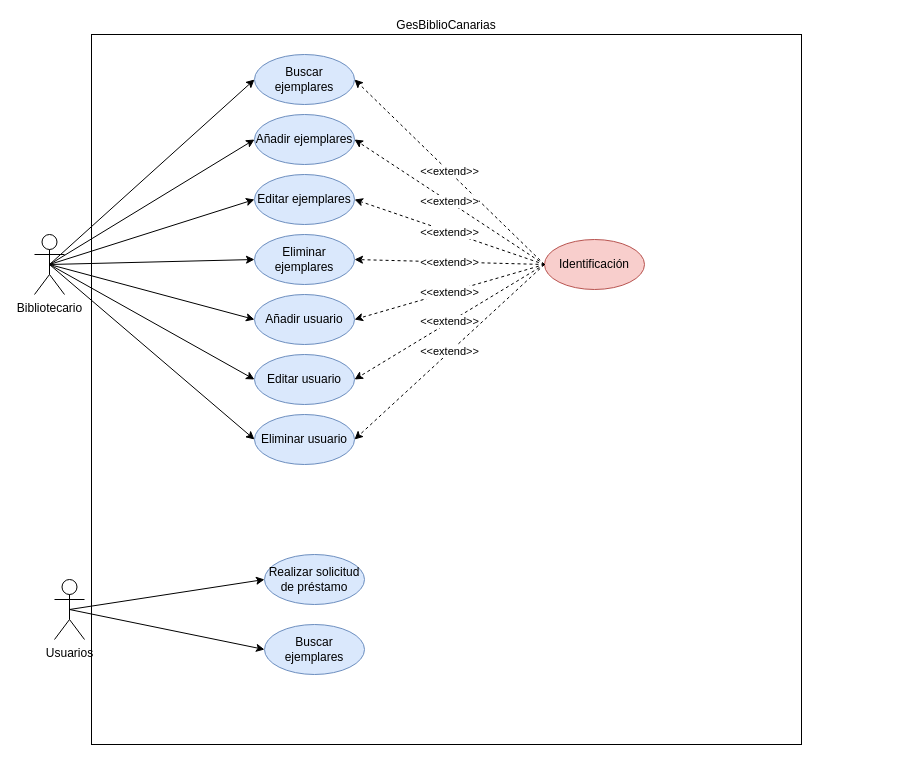
This is Examen.drawio from vmcabreu/calculoarea, a draw.io file, before an edit. Source tidied: cells renumbered, new cells numbered last; positions are measured from the earlier drawing's top-left corner, leaving out a move shared by most shapes. Both pictures are drawn from the tidied source at 100%, with x=0, y=0 at pixel (34, 34).
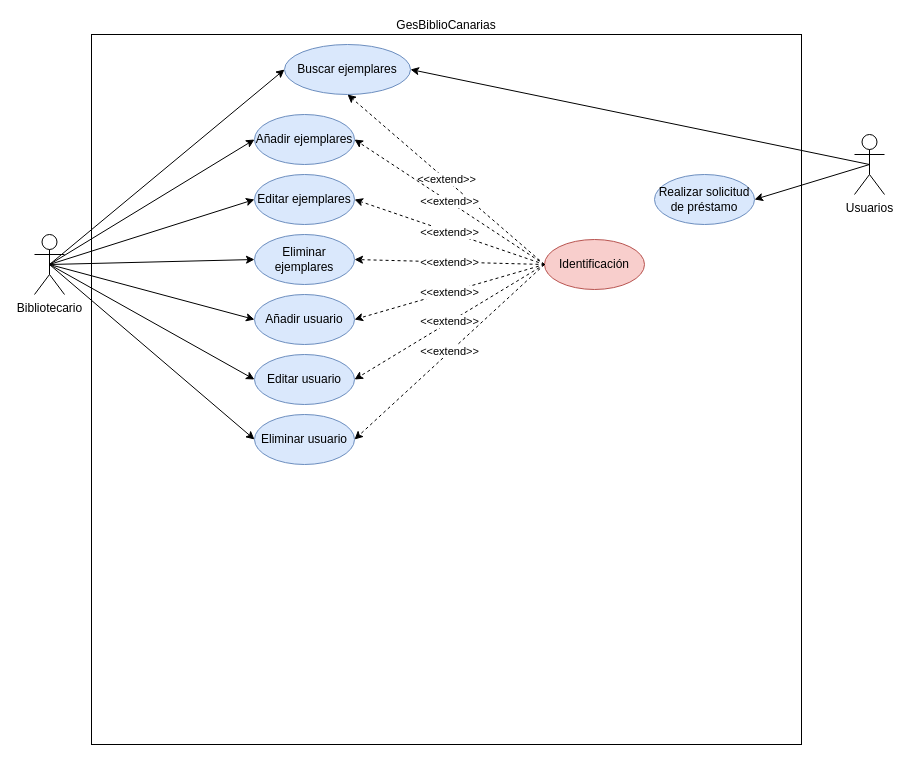
After the change.

Unchanged cells that the change refers to:
```xml
<mxCell id="13" value="Identificación" style="ellipse;whiteSpace=wrap;html=1;fillColor=#f8cecc;strokeColor=#b85450;" parent="1" vertex="1">
  <mxGeometry x="510" y="205" width="100" height="50" as="geometry" />
</mxCell>
```

Diff of the diagram source:
```diff
@@
     <mxCell id="4" value="Buscar ejemplares" style="ellipse;whiteSpace=wrap;html=1;fillColor=#dae8fc;strokeColor=#6c8ebf;" parent="1" vertex="1">
-      <mxGeometry x="220" y="20" width="100" height="50" as="geometry" />
+      <mxGeometry x="250" y="10" width="126" height="50" as="geometry" />
     </mxCell>
@@
     <mxCell id="6" value="Usuarios" style="shape=umlActor;verticalLabelPosition=bottom;verticalAlign=top;html=1;outlineConnect=0;fillColor=none;" parent="1" vertex="1">
-      <mxGeometry x="20" y="545" width="30" height="60" as="geometry" />
+      <mxGeometry x="820" y="100" width="30" height="60" as="geometry" />
     </mxCell>
@@
-    <mxCell id="17" value="&amp;lt;&amp;lt;extend&amp;gt;&amp;gt;" style="endArrow=classic;html=1;rounded=0;entryX=1;entryY=0.5;entryDx=0;entryDy=0;exitX=0;exitY=0.5;exitDx=0;exitDy=0;dashed=1;" parent="1" edge="1" source="13" target="4">
+    <mxCell id="17" value="&amp;lt;&amp;lt;extend&amp;gt;&amp;gt;" style="endArrow=classic;html=1;rounded=0;entryX=0.5;entryY=1;entryDx=0;entryDy=0;exitX=0;exitY=0.5;exitDx=0;exitDy=0;dashed=1;" parent="1" edge="1" source="13" target="4">
       <mxGeometry relative="1" as="geometry" />
     </mxCell>
@@
     <mxCell id="27" value="Realizar solicitud de préstamo" style="ellipse;whiteSpace=wrap;html=1;fillColor=#dae8fc;strokeColor=#6c8ebf;" parent="1" vertex="1">
-      <mxGeometry x="230" y="520" width="100" height="50" as="geometry" />
+      <mxGeometry x="620" y="140" width="100" height="50" as="geometry" />
     </mxCell>
-    <mxCell id="28" value="Buscar ejemplares" style="ellipse;whiteSpace=wrap;html=1;fillColor=#dae8fc;strokeColor=#6c8ebf;" parent="1" vertex="1">
-      <mxGeometry x="230" y="590" width="100" height="50" as="geometry" />
-    </mxCell>
-    <mxCell id="29" style="endArrow=classic;html=1;rounded=0;exitX=0.5;exitY=0.5;exitDx=0;exitDy=0;exitPerimeter=0;entryX=0;entryY=0.5;entryDx=0;entryDy=0;" parent="1" edge="1" source="6" target="27">
+    <mxCell id="29" style="endArrow=classic;html=1;rounded=0;exitX=0.5;exitY=0.5;exitDx=0;exitDy=0;exitPerimeter=0;entryX=1;entryY=0.5;entryDx=0;entryDy=0;" parent="1" edge="1" source="6" target="27">
       <mxGeometry relative="1" as="geometry" />
     </mxCell>
-    <mxCell id="30" style="endArrow=classic;html=1;rounded=0;exitX=0.5;exitY=0.5;exitDx=0;exitDy=0;exitPerimeter=0;entryX=0;entryY=0.5;entryDx=0;entryDy=0;" parent="1" edge="1" source="6" target="28">
+    <mxCell id="30" style="endArrow=classic;html=1;rounded=0;exitX=0.5;exitY=0.5;exitDx=0;exitDy=0;exitPerimeter=0;entryX=1;entryY=0.5;entryDx=0;entryDy=0;" parent="1" edge="1" source="6" target="4">
       <mxGeometry relative="1" as="geometry" />
     </mxCell>
```
